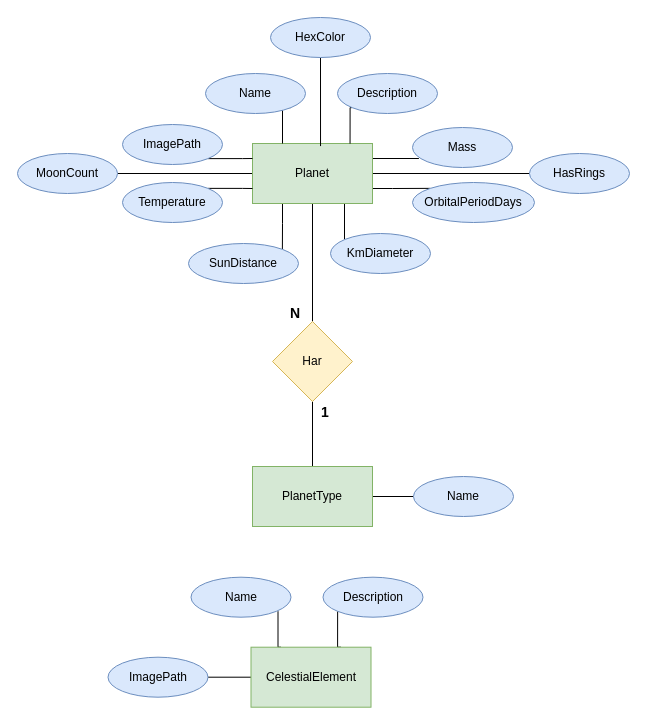
Above: Doc/Solsystem.drawio in Caand95/SolSystem (draw.io), before the change. Source tidied: cells renumbered, new cells numbered last; positions are measured from the earlier drawing's top-left corner, leaving out a move shared by most shapes. Both pictures are drawn from the tidied source at 100%, with x=0, y=0 at pixel (17, 17).
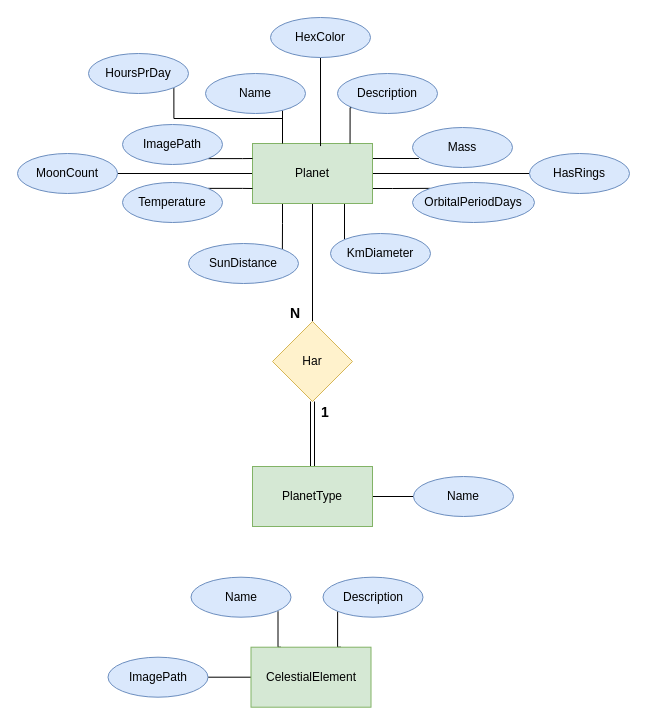
The same page after the edit.

Unchanged cells that the change refers to:
```xml
<mxCell id="16" value="Planet&lt;br&gt;" style="rounded=0;whiteSpace=wrap;html=1;fillColor=#d5e8d4;strokeColor=#82b366;" parent="1" vertex="1">
  <mxGeometry x="235" y="126" width="120" height="60" as="geometry" />
</mxCell>
<mxCell id="30" value="Har" style="rhombus;whiteSpace=wrap;html=1;rounded=0;strokeColor=#d6b656;fillColor=#fff2cc;" parent="1" vertex="1">
  <mxGeometry x="255" y="304" width="80" height="80" as="geometry" />
</mxCell>
<mxCell id="36" value="PlanetType&lt;br&gt;" style="rounded=0;whiteSpace=wrap;html=1;fillColor=#d5e8d4;strokeColor=#82b366;" parent="1" vertex="1">
  <mxGeometry x="235" y="449" width="120" height="60" as="geometry" />
</mxCell>
```

Change to the diagram source:
```diff
@@
+    <mxCell id="40" style="edgeStyle=orthogonalEdgeStyle;rounded=0;html=1;exitX=0.25;exitY=0;entryX=1;entryY=1;endArrow=none;endFill=0;jettySize=auto;" parent="1" edge="1" source="16" target="41">
+      <mxGeometry relative="1" as="geometry" />
+    </mxCell>
@@
-    <mxCell id="29" style="edgeStyle=orthogonalEdgeStyle;rounded=0;html=1;exitX=0.5;exitY=1;entryX=0.5;entryY=0;endArrow=none;endFill=0;jettySize=auto;" parent="1" edge="1" source="30" target="36">
+    <mxCell id="29" style="edgeStyle=orthogonalEdgeStyle;rounded=0;html=1;exitX=0.5;exitY=1;entryX=0.5;entryY=0;endArrow=none;endFill=0;jettySize=auto;shape=link;" parent="1" edge="1" source="30" target="36">
       <mxGeometry relative="1" as="geometry" />
     </mxCell>
@@
+    <mxCell id="41" value="HoursPrDay&lt;br&gt;" style="ellipse;whiteSpace=wrap;html=1;fillColor=#dae8fc;strokeColor=#6c8ebf;" parent="1" vertex="1">
+      <mxGeometry x="71" y="36" width="100" height="40" as="geometry" />
+    </mxCell>
```
